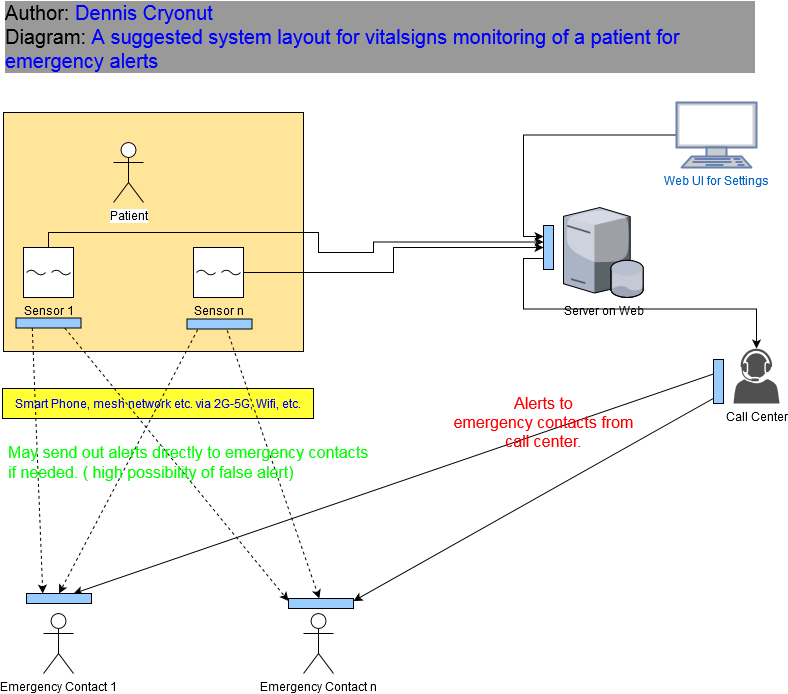
The draw.io diagram docs/VitalSignsAlertSystem.png in DennisMat/VitalSigns, before a commit. Source tidied: cells renumbered, new cells last; positions are measured from the earlier drawing's top-left corner, leaving out a move shared by most shapes.
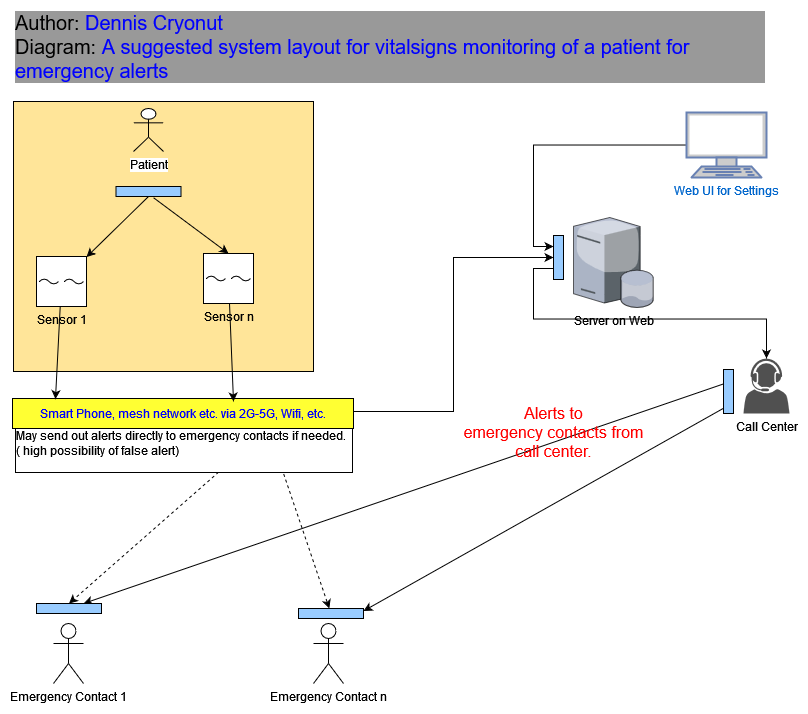
After the commit.

Change to the diagram source:
```diff
@@ -1,34 +1,26 @@
-<mxGraphModel>
+<mxGraphModel background="#ffffff">
   <root>
     <mxCell id="0" />
     <mxCell id="1" parent="0" />
     <mxCell id="2" value="Smart Phone, mesh network etc. via 2G-5G, Wifi, etc." style="rounded=0;whiteSpace=wrap;html=1;labelBackgroundColor=none;fillColor=#FFFF33;fontColor=#0000FF;" parent="1" vertex="1">
-      <mxGeometry y="387" width="311" height="30" as="geometry" />
+      <mxGeometry y="387" width="341" height="30" as="geometry" />
     </mxCell>
     <mxCell id="3" style="rounded=0;whiteSpace=wrap;html=1;labelBackgroundColor=#0000CC;fillColor=#FFE599;fontColor=#0000FF;" parent="1" vertex="1">
-      <mxGeometry x="1" y="111" width="300" height="239" as="geometry" />
+      <mxGeometry x="1" y="90" width="300" height="270" as="geometry" />
     </mxCell>
     <mxCell id="4" value="Patient" style="shape=umlActor;verticalLabelPosition=bottom;labelBackgroundColor=#ffffff;verticalAlign=top;html=1;" parent="1" vertex="1">
-      <mxGeometry x="111" y="141" width="30" height="60" as="geometry" />
+      <mxGeometry x="121" y="97" width="30" height="43" as="geometry" />
     </mxCell>
-    <mxCell id="5" style="edgeStyle=orthogonalEdgeStyle;rounded=0;jettySize=auto;html=1;strokeColor=#000000;entryX=0;entryY=0.375;entryDx=0;entryDy=0;entryPerimeter=0;" parent="1" edge="1" source="6" target="28">
-      <mxGeometry relative="1" as="geometry">
-        <Array as="points">
-          <mxPoint x="46" y="231" />
-          <mxPoint x="316" y="231" />
-          <mxPoint x="316" y="251" />
-          <mxPoint x="371" y="251" />
-        </Array>
-      </mxGeometry>
-    </mxCell>
     <mxCell id="6" value="Sensor 1" style="verticalLabelPosition=bottom;align=center;outlineConnect=0;dashed=0;html=1;verticalAlign=top;shape=mxgraph.pid.flow_sensors.ultrasonic;" parent="1" vertex="1">
-      <mxGeometry x="21" y="246" width="50" height="50" as="geometry" />
+      <mxGeometry x="24" y="245" width="50" height="50" as="geometry" />
     </mxCell>
-    <mxCell id="7" style="edgeStyle=orthogonalEdgeStyle;rounded=0;jettySize=auto;html=1;strokeColor=#000000;entryX=0;entryY=0.5;entryDx=0;entryDy=0;" parent="1" edge="1" source="8" target="28">
-      <mxGeometry relative="1" as="geometry" />
+    <mxCell id="7" style="edgeStyle=orthogonalEdgeStyle;rounded=0;jettySize=auto;html=1;strokeColor=#000000;entryX=0;entryY=0.5;entryDx=0;entryDy=0;" parent="1" edge="1" target="28">
+      <mxGeometry relative="1" as="geometry">
+        <mxPoint x="341" y="400" as="sourcePoint" />
+      </mxGeometry>
     </mxCell>
     <mxCell id="8" value="Sensor n" style="verticalLabelPosition=bottom;align=center;outlineConnect=0;dashed=0;html=1;verticalAlign=top;shape=mxgraph.pid.flow_sensors.ultrasonic;" parent="1" vertex="1">
-      <mxGeometry x="191" y="246" width="50" height="50" as="geometry" />
+      <mxGeometry x="191" y="242" width="50" height="50" as="geometry" />
     </mxCell>
     <mxCell id="9" style="edgeStyle=orthogonalEdgeStyle;rounded=0;jettySize=auto;html=1;strokeColor=#000000;exitX=0;exitY=0.75;exitDx=0;exitDy=0;" parent="1" edge="1" source="28" target="11">
       <mxGeometry relative="1" as="geometry" />
@@ -45,16 +37,10 @@
     <mxCell id="13" value="Emergency Contact n" style="shape=umlActor;verticalLabelPosition=bottom;labelBackgroundColor=#ffffff;verticalAlign=top;html=1;" parent="1" vertex="1">
       <mxGeometry x="301" y="612" width="30" height="60" as="geometry" />
     </mxCell>
-    <mxCell id="14" style="endArrow=classic;html=1;dashed=1;strokeColor=#000000;exitX=0.25;exitY=1;exitDx=0;exitDy=0;entryX=0.25;entryY=0;entryDx=0;entryDy=0;" parent="1" edge="1" source="27" target="24">
-      <mxGeometry relative="1" as="geometry" />
-    </mxCell>
-    <mxCell id="15" style="endArrow=classic;html=1;dashed=1;strokeColor=#000000;entryX=0;entryY=0.25;entryDx=0;entryDy=0;exitX=0.75;exitY=1;exitDx=0;exitDy=0;" parent="1" edge="1" source="27" target="26">
-      <mxGeometry relative="1" as="geometry" />
-    </mxCell>
-    <mxCell id="16" style="endArrow=classic;html=1;dashed=1;strokeColor=#000000;entryX=0.5;entryY=0;entryDx=0;entryDy=0;exitX=0.25;exitY=0;exitDx=0;exitDy=0;" parent="1" edge="1" source="25" target="24">
+    <mxCell id="16" style="endArrow=classic;html=1;dashed=1;strokeColor=#000000;entryX=0.5;entryY=0;entryDx=0;entryDy=0;exitX=0.75;exitY=1;exitDx=0;exitDy=0;" parent="1" edge="1" source="2" target="24">
       <mxGeometry relative="1" as="geometry" />
     </mxCell>
-    <mxCell id="17" style="endArrow=classic;html=1;dashed=1;strokeColor=#000000;exitX=0.618;exitY=1.139;exitDx=0;exitDy=0;exitPerimeter=0;" parent="1" edge="1" source="25" target="26">
+    <mxCell id="17" style="endArrow=classic;html=1;dashed=1;strokeColor=#000000;exitX=0.75;exitY=1;exitDx=0;exitDy=0;" parent="1" edge="1" source="2" target="26">
       <mxGeometry relative="1" as="geometry" />
     </mxCell>
     <mxCell id="18" style="endArrow=classic;html=1;strokeColor=#000000;entryX=1;entryY=0.25;entryDx=0;entryDy=0;exitX=0.05;exitY=0.875;exitDx=0;exitDy=0;exitPerimeter=0;" parent="1" edge="1" source="29" target="26">
@@ -63,8 +49,8 @@
     <mxCell id="19" style="endArrow=classic;html=1;strokeColor=#000000;exitX=1;exitY=0.25;exitDx=0;exitDy=0;" parent="1" edge="1" source="29" target="24">
       <mxGeometry relative="1" as="geometry" />
     </mxCell>
-    <mxCell id="20" value="&lt;div style=&quot;font-size: 16px&quot;&gt;&lt;font style=&quot;font-size: 16px&quot; color=&quot;#00FF00&quot;&gt;May send out alerts directly to emergency contacts if needed. ( high possibility of false alert)&lt;br&gt;&lt;/font&gt;&lt;/div&gt;" style="text;html=1;strokeColor=none;fillColor=none;align=left;verticalAlign=middle;whiteSpace=wrap;rounded=0;" parent="1" vertex="1">
-      <mxGeometry x="4" y="427" width="367" height="67" as="geometry" />
+    <mxCell id="20" value="May send out alerts directly to emergency contacts if needed. ( high possibility of false alert)&#10;" style="text;strokeColor=none;fillColor=none;align=left;verticalAlign=middle;whiteSpace=wrap;rounded=0;labelBackgroundColor=default;labelBorderColor=default;" parent="1" vertex="1">
+      <mxGeometry x="1" y="417" width="340" height="43" as="geometry" />
     </mxCell>
     <mxCell id="21" value="&lt;div style=&quot;font-size: 16px&quot;&gt;&lt;font style=&quot;font-size: 16px&quot; color=&quot;#FF0000&quot;&gt;Alerts to &lt;br&gt;&lt;/font&gt;&lt;/div&gt;&lt;div style=&quot;font-size: 16px&quot;&gt;&lt;font style=&quot;font-size: 16px&quot; color=&quot;#FF0000&quot;&gt;emergency contacts from call center.&lt;br&gt;&lt;/font&gt;&lt;/div&gt;" style="text;html=1;strokeColor=none;fillColor=none;align=center;verticalAlign=middle;whiteSpace=wrap;rounded=0;" parent="1" vertex="1">
       <mxGeometry x="447.5" y="401" width="187" height="40" as="geometry" />
@@ -78,15 +64,9 @@
     <mxCell id="24" style="rounded=0;whiteSpace=wrap;html=1;fontColor=#0000FF;labelBackgroundColor=#0000CC;fillColor=#99CCFF;" parent="1" vertex="1">
       <mxGeometry x="24" y="592" width="65" height="10" as="geometry" />
     </mxCell>
-    <mxCell id="25" style="rounded=0;whiteSpace=wrap;html=1;fontColor=#0000FF;labelBackgroundColor=#0000CC;fillColor=#99CCFF;" parent="1" vertex="1">
-      <mxGeometry x="184.5" y="317.5" width="65" height="10" as="geometry" />
-    </mxCell>
     <mxCell id="26" style="rounded=0;whiteSpace=wrap;html=1;fontColor=#0000FF;labelBackgroundColor=#0000CC;fillColor=#99CCFF;" parent="1" vertex="1">
       <mxGeometry x="286" y="597" width="65" height="10" as="geometry" />
     </mxCell>
-    <mxCell id="27" style="rounded=0;whiteSpace=wrap;html=1;fontColor=#0000FF;labelBackgroundColor=#0000CC;fillColor=#99CCFF;" parent="1" vertex="1">
-      <mxGeometry x="13.5" y="316.5" width="65" height="10" as="geometry" />
-    </mxCell>
     <mxCell id="28" style="rounded=0;whiteSpace=wrap;html=1;fontColor=#0000FF;labelBackgroundColor=#0000CC;fillColor=#99CCFF;" parent="1" vertex="1">
       <mxGeometry x="541" y="224" width="10" height="44" as="geometry" />
     </mxCell>
@@ -96,5 +76,22 @@
     <mxCell id="30" value="&lt;div&gt;&lt;font style=&quot;font-size: 20px&quot; color=&quot;#000000&quot;&gt;Author:&lt;/font&gt; Dennis Cryonut&lt;font color=&quot;#000000&quot;&gt;&lt;br&gt;&lt;/font&gt;&lt;/div&gt;&lt;div&gt;&lt;font color=&quot;#000000&quot;&gt;Diagram:&lt;/font&gt; A suggested system layout for vitalsigns monitoring of a patient for emergency alerts&lt;br&gt;&lt;/div&gt;" style="text;html=1;strokeColor=none;fillColor=none;align=left;verticalAlign=middle;whiteSpace=wrap;rounded=0;labelBackgroundColor=#999999;fontColor=#0000FF;fontSize=20;" parent="1" vertex="1">
       <mxGeometry x="1" width="752" height="70" as="geometry" />
     </mxCell>
+    <mxCell id="31" style="endArrow=classic;html=1;rounded=0;entryX=0.126;entryY=0.02;entryDx=0;entryDy=0;entryPerimeter=0;" parent="1" edge="1" source="6" target="2">
+      <mxGeometry relative="1" as="geometry" />
+    </mxCell>
+    <mxCell id="32" style="endArrow=classic;html=1;rounded=0;" parent="1" edge="1" source="8">
+      <mxGeometry relative="1" as="geometry">
+        <mxPoint x="221" y="390" as="targetPoint" />
+      </mxGeometry>
+    </mxCell>
+    <mxCell id="33" style="endArrow=classic;html=1;rounded=0;entryX=0.5;entryY=0;entryDx=0;entryDy=0;entryPerimeter=0;exitX=0.577;exitY=1.119;exitDx=0;exitDy=0;exitPerimeter=0;" parent="1" edge="1" source="35" target="8">
+      <mxGeometry relative="1" as="geometry" />
+    </mxCell>
+    <mxCell id="34" style="endArrow=classic;html=1;rounded=0;exitX=0.5;exitY=1;exitDx=0;exitDy=0;" parent="1" edge="1" source="35" target="6">
+      <mxGeometry relative="1" as="geometry" />
+    </mxCell>
+    <mxCell id="35" style="rounded=0;whiteSpace=wrap;html=1;fontColor=#0000FF;labelBackgroundColor=#0000CC;fillColor=#99CCFF;" parent="1" vertex="1">
+      <mxGeometry x="103.5" y="175" width="65" height="10" as="geometry" />
+    </mxCell>
   </root>
 </mxGraphModel>
```
